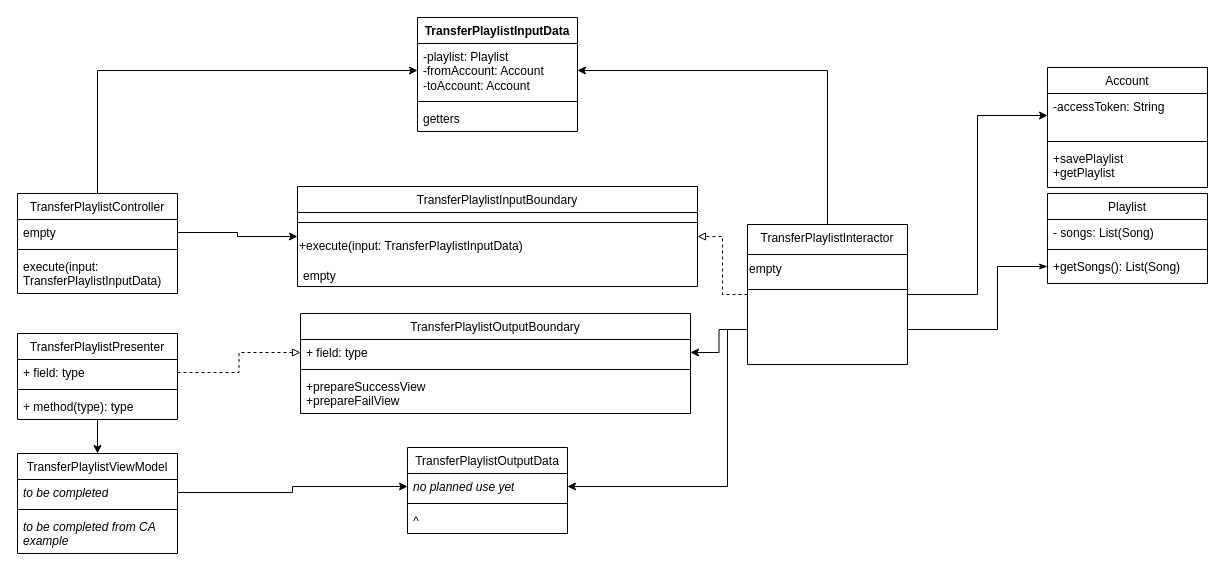
Earlier version of the draw.io diagram Untitled Diagram.drawio (TeenI126/CSC207DuckGum). Source tidied: cells renumbered, new cells numbered last; positions are measured from the earlier drawing's top-left corner, leaving out a move shared by most shapes. Both pictures are drawn from the tidied source at 100%, with x=0, y=0 at pixel (17, 17).
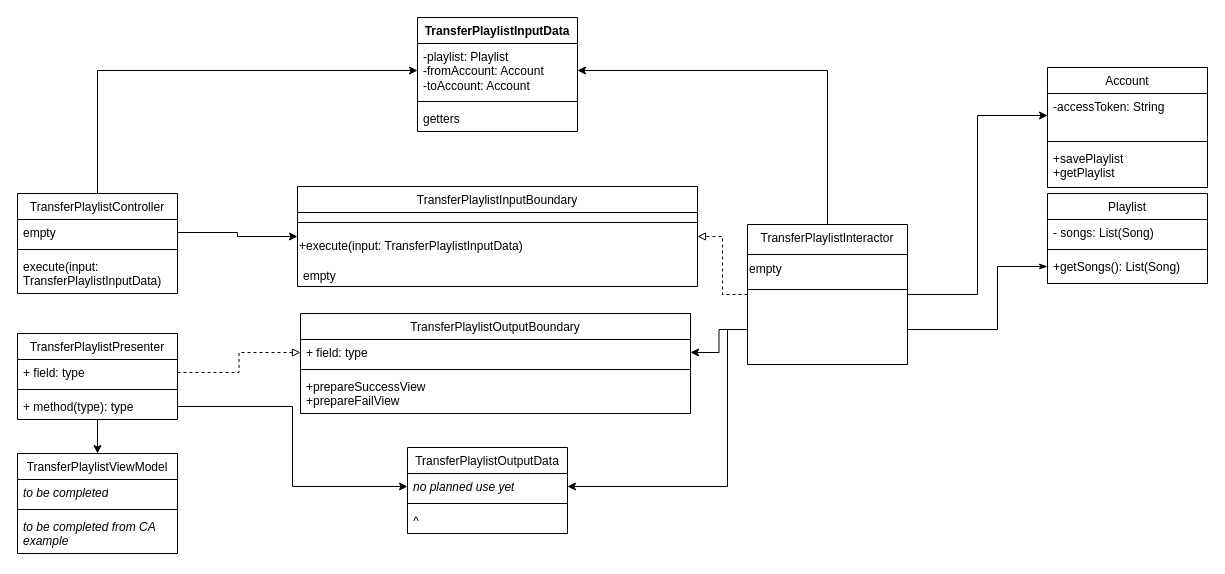
After the change.

The change refers to these unchanged cells:
```xml
<mxCell id="41" value="+ method(type): type" style="text;strokeColor=none;fillColor=none;align=left;verticalAlign=top;spacingLeft=4;spacingRight=4;overflow=hidden;points=[[0,0.5],[1,0.5]];portConstraint=eastwest;whiteSpace=wrap;html=1;" parent="38" vertex="1">
  <mxGeometry y="60" width="160" height="26" as="geometry" />
</mxCell>
<mxCell id="44" value="&lt;i&gt;to be completed&lt;/i&gt;" style="text;strokeColor=none;fillColor=none;align=left;verticalAlign=top;spacingLeft=4;spacingRight=4;overflow=hidden;points=[[0,0.5],[1,0.5]];portConstraint=eastwest;whiteSpace=wrap;html=1;" parent="43" vertex="1">
  <mxGeometry y="26" width="160" height="26" as="geometry" />
</mxCell>
<mxCell id="48" value="&lt;i&gt;no planned use yet&lt;/i&gt;" style="text;strokeColor=none;fillColor=none;align=left;verticalAlign=top;spacingLeft=4;spacingRight=4;overflow=hidden;points=[[0,0.5],[1,0.5]];portConstraint=eastwest;whiteSpace=wrap;html=1;" parent="47" vertex="1">
  <mxGeometry y="26" width="160" height="26" as="geometry" />
</mxCell>
```

What changed in the source:
```diff
@@
-    <mxCell id="51" style="edgeStyle=orthogonalEdgeStyle;rounded=0;jettySize=auto;html=1;exitX=1;exitY=0.5;exitDx=0;exitDy=0;entryX=0;entryY=0.5;entryDx=0;entryDy=0;" parent="1" edge="1" source="44" target="48">
+    <mxCell id="51" style="edgeStyle=orthogonalEdgeStyle;rounded=0;jettySize=auto;html=1;exitX=1;exitY=0.5;exitDx=0;exitDy=0;entryX=0;entryY=0.5;entryDx=0;entryDy=0;" parent="1" edge="1" source="41" target="48">
       <mxGeometry relative="1" as="geometry" />
     </mxCell>
```
